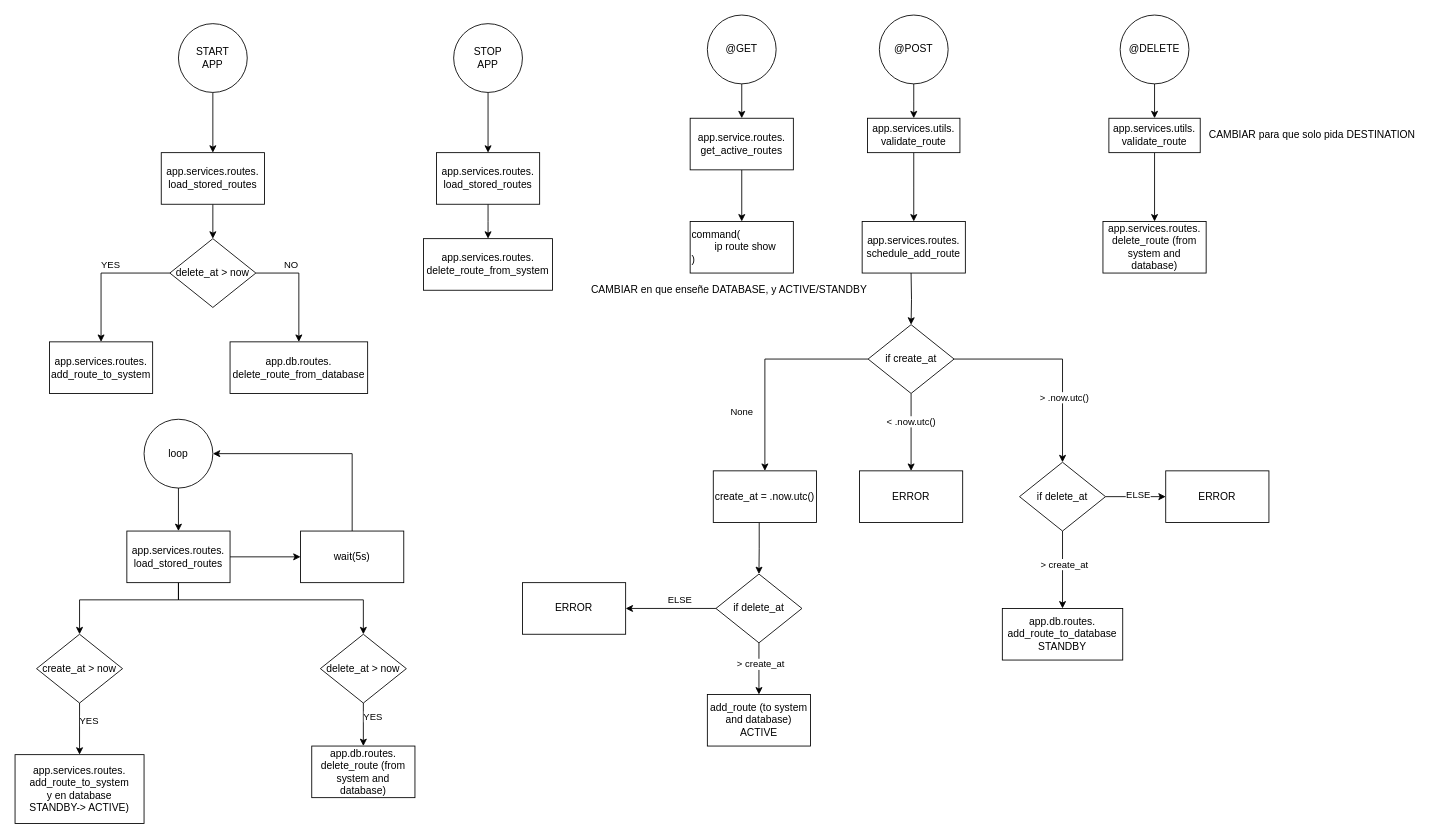
This is page "GET" (1 of 3) of app_flow.drawio from 6G-SANDBOX/route-manager-api, a draw.io file, before an edit. Source tidied: cells renumbered, new cells numbered last; positions are measured from the earlier drawing's top-left corner, leaving out a move shared by most shapes. Both pictures are drawn from the tidied source at 86%, with x=0, y=0 at pixel (15, 15).
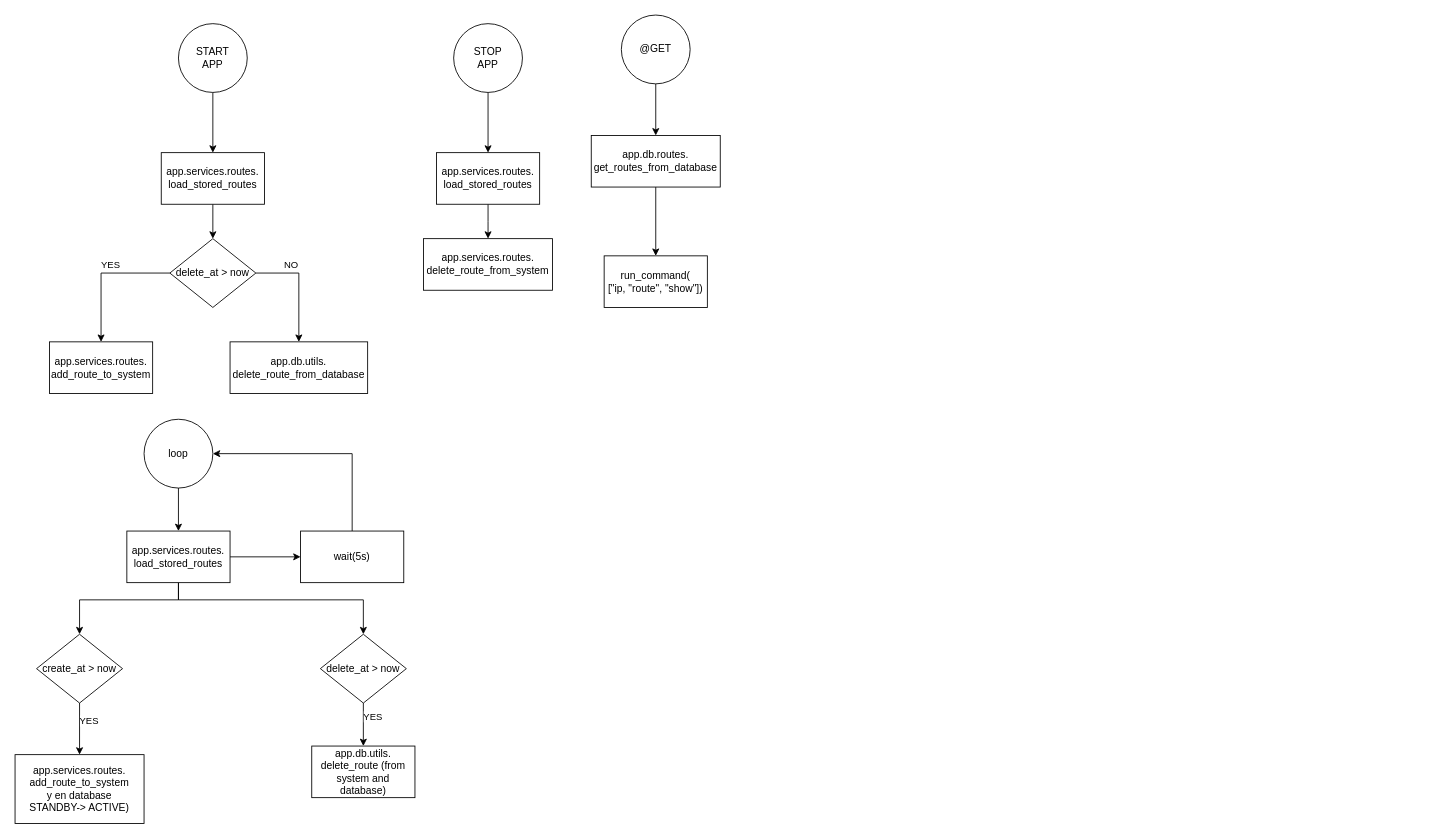
The same page after the edit.

The edit, as a diff of the source:
```diff
@@
-    <mxCell id="2" style="edgeStyle=orthogonalEdgeStyle;rounded=0;jettySize=auto;html=1;" parent="1" edge="1" source="3" target="9">
-      <mxGeometry relative="1" as="geometry" />
-    </mxCell>
+    <mxCell id="75" style="edgeStyle=orthogonalEdgeStyle;html=1;" parent="1" edge="1" source="3" target="10">
+      <mxGeometry relative="1" as="geometry" />
+    </mxCell>
     <mxCell id="3" value="@GET" style="ellipse;whiteSpace=wrap;html=1;" parent="1" vertex="1">
-      <mxGeometry x="805" width="80" height="80" as="geometry" />
+      <mxGeometry x="705" width="80" height="80" as="geometry" />
     </mxCell>
-    <mxCell id="4" style="edgeStyle=orthogonalEdgeStyle;rounded=0;jettySize=auto;html=1;" parent="1" edge="1" source="5" target="12">
-      <mxGeometry relative="1" as="geometry" />
-    </mxCell>
-    <mxCell id="5" value="@POST" style="ellipse;whiteSpace=wrap;html=1;" parent="1" vertex="1">
-      <mxGeometry x="1005" width="80" height="80" as="geometry" />
-    </mxCell>
-    <mxCell id="6" style="edgeStyle=orthogonalEdgeStyle;rounded=0;jettySize=auto;html=1;" parent="1" edge="1" source="7" target="14">
-      <mxGeometry relative="1" as="geometry" />
-    </mxCell>
-    <mxCell id="7" value="@DELETE" style="ellipse;whiteSpace=wrap;html=1;" parent="1" vertex="1">
-      <mxGeometry x="1285" width="80" height="80" as="geometry" />
-    </mxCell>
-    <mxCell id="8" style="edgeStyle=orthogonalEdgeStyle;rounded=0;jettySize=auto;html=1;" parent="1" edge="1" source="9" target="10">
-      <mxGeometry relative="1" as="geometry" />
-    </mxCell>
-    <mxCell id="9" value="app.service.routes.&lt;br&gt;get_active_routes" style="whiteSpace=wrap;html=1;" parent="1" vertex="1">
-      <mxGeometry x="785" y="120" width="120" height="60" as="geometry" />
-    </mxCell>
+    <mxCell id="76" style="edgeStyle=none;html=1;" parent="1" edge="1" source="10" target="77">
+      <mxGeometry relative="1" as="geometry" />
+    </mxCell>
-    <mxCell id="10" value="command(&lt;br&gt;&lt;span style=&quot;white-space: pre;&quot;&gt;&#9;&lt;/span&gt;ip route show&lt;br&gt;)" style="whiteSpace=wrap;html=1;align=left;" parent="1" vertex="1">
-      <mxGeometry x="785" y="240" width="120" height="60" as="geometry" />
+    <mxCell id="10" value="app.db.routes.&lt;br&gt;get_routes_from_database" style="whiteSpace=wrap;html=1;align=center;" parent="1" vertex="1">
+      <mxGeometry x="670" y="140" width="150" height="60" as="geometry" />
     </mxCell>
-    <mxCell id="11" style="edgeStyle=orthogonalEdgeStyle;rounded=0;jettySize=auto;html=1;" parent="1" edge="1" source="12" target="15">
-      <mxGeometry relative="1" as="geometry" />
-    </mxCell>
-    <mxCell id="12" value="app.services.utils.&lt;br&gt;validate_route" style="square;whiteSpace=wrap;html=1;" parent="1" vertex="1">
-      <mxGeometry x="991.2" y="120" width="107.5" height="40" as="geometry" />
-    </mxCell>
-    <mxCell id="13" style="edgeStyle=orthogonalEdgeStyle;rounded=0;jettySize=auto;html=1;" parent="1" edge="1" source="14" target="16">
-      <mxGeometry relative="1" as="geometry" />
-    </mxCell>
-    <mxCell id="14" value="app.services.utils.&lt;br&gt;validate_route" style="square;whiteSpace=wrap;html=1;" parent="1" vertex="1">
-      <mxGeometry x="1271.9" y="120" width="106.2" height="40" as="geometry" />
-    </mxCell>
-    <mxCell id="15" value="app.services.routes.&lt;br&gt;schedule_add_route" style="whiteSpace=wrap;html=1;" parent="1" vertex="1">
-      <mxGeometry x="985" y="240" width="120" height="60" as="geometry" />
-    </mxCell>
-    <mxCell id="16" value="app.services.routes.&lt;br&gt;delete_route (from system and database)" style="whiteSpace=wrap;html=1;" parent="1" vertex="1">
-      <mxGeometry x="1265" y="240" width="120" height="60" as="geometry" />
-    </mxCell>
@@
-    <mxCell id="27" value="app.db.routes.&lt;br&gt;delete_route_from_database" style="whiteSpace=wrap;html=1;" parent="1" vertex="1">
+    <mxCell id="27" value="app.db.utils.&lt;br&gt;delete_route_from_database" style="whiteSpace=wrap;html=1;" parent="1" vertex="1">
       <mxGeometry x="250" y="380" width="160" height="60" as="geometry" />
     </mxCell>
@@
-    <mxCell id="33" style="edgeStyle=orthogonalEdgeStyle;rounded=0;jettySize=auto;html=1;" parent="1" edge="1" source="39" target="41">
-      <mxGeometry relative="1" as="geometry" />
-    </mxCell>
-    <mxCell id="34" value="None" style="edgeLabel;html=1;align=center;verticalAlign=middle;" parent="33" vertex="1">
-      <mxGeometry x="0.17" y="-2" relative="1" as="geometry">
-        <mxPoint x="-25" y="35" as="offset" />
-      </mxGeometry>
-    </mxCell>
-    <mxCell id="35" style="edgeStyle=orthogonalEdgeStyle;rounded=0;jettySize=auto;html=1;" parent="1" edge="1" source="39" target="42">
-      <mxGeometry relative="1" as="geometry" />
-    </mxCell>
-    <mxCell id="36" value="&amp;lt; .now.utc()" style="edgeLabel;html=1;align=center;verticalAlign=middle;" parent="35" vertex="1">
-      <mxGeometry x="-0.28" relative="1" as="geometry" />
-    </mxCell>
-    <mxCell id="37" style="edgeStyle=orthogonalEdgeStyle;rounded=0;jettySize=auto;html=1;" parent="1" edge="1" source="39" target="69">
-      <mxGeometry relative="1" as="geometry" />
-    </mxCell>
-    <mxCell id="38" value="&amp;gt; .now.utc()" style="edgeLabel;html=1;align=center;verticalAlign=middle;" parent="37" vertex="1">
-      <mxGeometry x="0.39" y="1" relative="1" as="geometry" />
-    </mxCell>
-    <mxCell id="39" value="if create_at" style="rhombus;whiteSpace=wrap;html=1;" parent="1" vertex="1">
-      <mxGeometry x="991.9" y="360" width="100" height="80" as="geometry" />
-    </mxCell>
-    <mxCell id="40" style="edgeStyle=orthogonalEdgeStyle;rounded=0;jettySize=auto;html=1;entryX=0.5;entryY=0;entryDx=0;entryDy=0;exitX=0.445;exitY=1.002;exitDx=0;exitDy=0;exitPerimeter=0;" parent="1" edge="1" source="41" target="63">
-      <mxGeometry relative="1" as="geometry" />
-    </mxCell>
-    <mxCell id="41" value="create_at = .now.utc()" style="whiteSpace=wrap;html=1;" parent="1" vertex="1">
-      <mxGeometry x="811.9" y="530" width="120" height="60" as="geometry" />
-    </mxCell>
-    <mxCell id="42" value="ERROR" style="whiteSpace=wrap;html=1;" parent="1" vertex="1">
-      <mxGeometry x="981.9" y="530" width="120" height="60" as="geometry" />
-    </mxCell>
-    <mxCell id="43" value="app.db.routes.&lt;br&gt;add_route_to_database&lt;br&gt;STANDBY" style="whiteSpace=wrap;html=1;" parent="1" vertex="1">
-      <mxGeometry x="1148" y="690" width="140" height="60" as="geometry" />
-    </mxCell>
-    <mxCell id="44" value="add_route (to system and database)&lt;br&gt;ACTIVE" style="whiteSpace=wrap;html=1;" parent="1" vertex="1">
-      <mxGeometry x="805" y="790" width="120" height="60" as="geometry" />
-    </mxCell>
-    <mxCell id="45" style="edgeStyle=orthogonalEdgeStyle;rounded=0;jettySize=auto;html=1;entryX=0.5;entryY=0;entryDx=0;entryDy=0;" parent="1" edge="1" target="39">
-      <mxGeometry relative="1" as="geometry">
-        <mxPoint x="1041.9" y="300" as="sourcePoint" />
-      </mxGeometry>
-    </mxCell>
-    <mxCell id="46" value="CAMBIAR en que enseñe DATABASE, y ACTIVE/STANDBY" style="text;html=1;align=center;verticalAlign=middle;strokeColor=none;fillColor=none;" parent="1" vertex="1">
-      <mxGeometry x="660" y="305" width="340" height="30" as="geometry" />
-    </mxCell>
-    <mxCell id="47" value="CAMBIAR para que solo pida DESTINATION" style="text;html=1;align=center;verticalAlign=middle;strokeColor=none;fillColor=none;" parent="1" vertex="1">
-      <mxGeometry x="1378.1" y="125" width="260" height="30" as="geometry" />
-    </mxCell>
@@
-    <mxCell id="57" value="app.db.routes.&lt;br&gt;delete_route (from system and database)" style="whiteSpace=wrap;html=1;" parent="1" vertex="1">
+    <mxCell id="57" value="app.db.utils.&lt;br&gt;delete_route (from system and database)" style="whiteSpace=wrap;html=1;" parent="1" vertex="1">
       <mxGeometry x="345" y="850" width="120" height="60" as="geometry" />
     </mxCell>
@@
-    <mxCell id="60" value="ELSE" style="edgeStyle=orthogonalEdgeStyle;rounded=0;jettySize=auto;html=1;" parent="1" edge="1" source="63" target="64">
-      <mxGeometry x="-0.2" y="-10" relative="1" as="geometry" />
-    </mxCell>
-    <mxCell id="61" style="edgeStyle=orthogonalEdgeStyle;rounded=0;jettySize=auto;html=1;" parent="1" edge="1" source="63" target="44">
-      <mxGeometry relative="1" as="geometry" />
-    </mxCell>
-    <mxCell id="62" value="&amp;gt; create_at" style="edgeLabel;html=1;align=center;verticalAlign=middle;" parent="61" vertex="1">
-      <mxGeometry x="-0.2" y="1" relative="1" as="geometry" />
-    </mxCell>
-    <mxCell id="63" value="if delete_at" style="rhombus;whiteSpace=wrap;html=1;" parent="1" vertex="1">
-      <mxGeometry x="815" y="650" width="100" height="80" as="geometry" />
-    </mxCell>
-    <mxCell id="64" value="ERROR" style="whiteSpace=wrap;html=1;" parent="1" vertex="1">
-      <mxGeometry x="590" y="660" width="120" height="60" as="geometry" />
-    </mxCell>
-    <mxCell id="65" style="edgeStyle=orthogonalEdgeStyle;rounded=0;jettySize=auto;html=1;" parent="1" edge="1" source="69" target="43">
-      <mxGeometry relative="1" as="geometry" />
-    </mxCell>
-    <mxCell id="66" value="&amp;gt; create_at" style="edgeLabel;html=1;align=center;verticalAlign=middle;" parent="65" vertex="1">
-      <mxGeometry x="-0.15" y="1" relative="1" as="geometry" />
-    </mxCell>
-    <mxCell id="67" style="edgeStyle=orthogonalEdgeStyle;rounded=0;jettySize=auto;html=1;" parent="1" edge="1" source="69" target="70">
-      <mxGeometry relative="1" as="geometry" />
-    </mxCell>
-    <mxCell id="68" value="ELSE" style="edgeLabel;html=1;align=center;verticalAlign=middle;" parent="67" vertex="1">
-      <mxGeometry x="0.06" y="3" relative="1" as="geometry" />
-    </mxCell>
-    <mxCell id="69" value="if delete_at" style="rhombus;whiteSpace=wrap;html=1;" parent="1" vertex="1">
-      <mxGeometry x="1168" y="520" width="100" height="80" as="geometry" />
-    </mxCell>
-    <mxCell id="70" value="ERROR" style="whiteSpace=wrap;html=1;" parent="1" vertex="1">
-      <mxGeometry x="1338" y="530" width="120" height="60" as="geometry" />
-    </mxCell>
@@
+    <mxCell id="77" value="run_command(&lt;br&gt;[&quot;ip, &quot;route&quot;, &quot;show&quot;])" style="whiteSpace=wrap;html=1;" parent="1" vertex="1">
+      <mxGeometry x="685" y="280" width="120" height="60" as="geometry" />
+    </mxCell>
```
